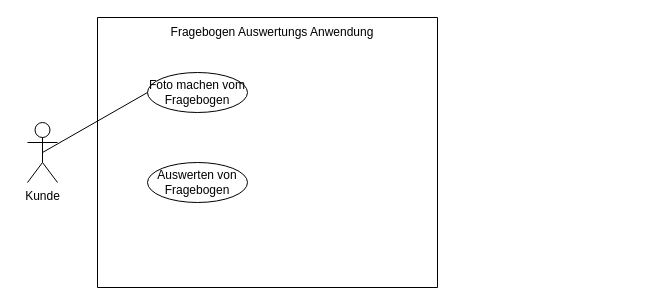
Earlier version of the draw.io diagram Business Understanding/Use-case-Diagramm.drawio (ChrisTsinaridis/ITP-Projekt-Ziffer-NN). Source tidied: cells renumbered, new cells numbered last; positions are measured from the earlier drawing's top-left corner, leaving out a move shared by most shapes. Both pictures are drawn from the tidied source at 100%, with x=0, y=0 at pixel (27, 17).
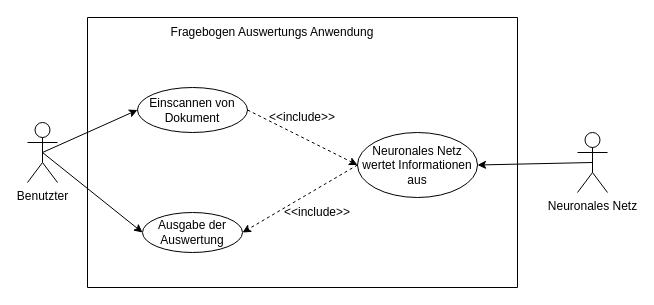
The same diagram, later.

Commit message:
Fertistellung von Use-case Diagramm

What changed in the source:
```diff
@@
 <mxGraphModel>
   <root>
     <mxCell id="0" />
     <mxCell id="1" parent="0" />
-    <mxCell id="2" value="Kunde" style="shape=umlActor;verticalLabelPosition=bottom;verticalAlign=top;html=1;outlineConnect=0;" parent="1" vertex="1">
+    <mxCell id="2" value="Benutzter" style="shape=umlActor;verticalLabelPosition=bottom;verticalAlign=top;html=1;outlineConnect=0;" parent="1" vertex="1">
       <mxGeometry y="105" width="30" height="60" as="geometry" />
     </mxCell>
     <mxCell id="3" style="swimlane;startSize=0;" parent="1" vertex="1">
-      <mxGeometry x="70" width="340" height="270" as="geometry" />
+      <mxGeometry x="60" width="430" height="270" as="geometry" />
     </mxCell>
-    <mxCell id="4" value="Foto machen vom Fragebogen" style="ellipse;whiteSpace=wrap;html=1;align=center;newEdgeStyle={&quot;edgeStyle&quot;:&quot;entityRelationEdgeStyle&quot;,&quot;startArrow&quot;:&quot;none&quot;,&quot;endArrow&quot;:&quot;none&quot;,&quot;segment&quot;:10,&quot;curved&quot;:1,&quot;sourcePerimeterSpacing&quot;:0,&quot;targetPerimeterSpacing&quot;:0};" parent="3" vertex="1">
-      <mxGeometry x="50" y="55" width="100" height="40" as="geometry" />
-    </mxCell>
-    <mxCell id="5" value="Auswerten von Fragebogen" style="ellipse;whiteSpace=wrap;html=1;align=center;newEdgeStyle={&quot;edgeStyle&quot;:&quot;entityRelationEdgeStyle&quot;,&quot;startArrow&quot;:&quot;none&quot;,&quot;endArrow&quot;:&quot;none&quot;,&quot;segment&quot;:10,&quot;curved&quot;:1,&quot;sourcePerimeterSpacing&quot;:0,&quot;targetPerimeterSpacing&quot;:0};" parent="3" vertex="1">
-      <mxGeometry x="50" y="145" width="100" height="40" as="geometry" />
-    </mxCell>
+    <mxCell id="8" value="Einscannen von Dokument" style="ellipse;whiteSpace=wrap;html=1;align=center;newEdgeStyle={&quot;edgeStyle&quot;:&quot;entityRelationEdgeStyle&quot;,&quot;startArrow&quot;:&quot;none&quot;,&quot;endArrow&quot;:&quot;none&quot;,&quot;segment&quot;:10,&quot;curved&quot;:1,&quot;sourcePerimeterSpacing&quot;:0,&quot;targetPerimeterSpacing&quot;:0};" parent="3" vertex="1">
+      <mxGeometry x="50" y="70" width="110" height="45" as="geometry" />
+    </mxCell>
+    <mxCell id="9" value="Ausgabe der Auswertung" style="ellipse;whiteSpace=wrap;html=1;align=center;newEdgeStyle={&quot;edgeStyle&quot;:&quot;entityRelationEdgeStyle&quot;,&quot;startArrow&quot;:&quot;none&quot;,&quot;endArrow&quot;:&quot;none&quot;,&quot;segment&quot;:10,&quot;curved&quot;:1,&quot;sourcePerimeterSpacing&quot;:0,&quot;targetPerimeterSpacing&quot;:0};" parent="3" vertex="1">
+      <mxGeometry x="55" y="195" width="100" height="40" as="geometry" />
+    </mxCell>
+    <mxCell id="10" value="Neuronales Netz wertet Informationen aus" style="ellipse;whiteSpace=wrap;html=1;align=center;newEdgeStyle={&quot;edgeStyle&quot;:&quot;entityRelationEdgeStyle&quot;,&quot;startArrow&quot;:&quot;none&quot;,&quot;endArrow&quot;:&quot;none&quot;,&quot;segment&quot;:10,&quot;curved&quot;:1,&quot;sourcePerimeterSpacing&quot;:0,&quot;targetPerimeterSpacing&quot;:0};" parent="3" vertex="1">
+      <mxGeometry x="270" y="115" width="120" height="65" as="geometry" />
+    </mxCell>
+    <mxCell id="11" style="endArrow=classic;html=1;dashed=1;entryX=0;entryY=0.5;entryDx=0;entryDy=0;exitX=1;exitY=0.5;exitDx=0;exitDy=0;" parent="3" edge="1" source="8" target="10">
+      <mxGeometry relative="1" as="geometry" />
+    </mxCell>
+    <mxCell id="12" style="endArrow=classic;html=1;dashed=1;entryX=1;entryY=0.5;entryDx=0;entryDy=0;exitX=0;exitY=0.5;exitDx=0;exitDy=0;" parent="3" edge="1" source="10" target="9">
+      <mxGeometry relative="1" as="geometry" />
+    </mxCell>
+    <mxCell id="13" value="&amp;lt;&amp;lt;include&amp;gt;&amp;gt;" style="text;html=1;strokeColor=none;fillColor=none;align=center;verticalAlign=middle;whiteSpace=wrap;rounded=0;" parent="3" vertex="1">
+      <mxGeometry x="185" y="85" width="60" height="30" as="geometry" />
+    </mxCell>
+    <mxCell id="14" value="&amp;lt;&amp;lt;include&amp;gt;&amp;gt;" style="text;html=1;strokeColor=none;fillColor=none;align=center;verticalAlign=middle;whiteSpace=wrap;rounded=0;" parent="3" vertex="1">
+      <mxGeometry x="200" y="180" width="60" height="30" as="geometry" />
+    </mxCell>
     <mxCell id="6" value="Fragebogen Auswertungs Anwendung" style="text;html=1;strokeColor=none;fillColor=none;align=center;verticalAlign=middle;whiteSpace=wrap;rounded=0;" parent="1" vertex="1">
       <mxGeometry x="140" width="210" height="30" as="geometry" />
     </mxCell>
-    <mxCell id="7" style="endArrow=none;html=1;entryX=0;entryY=0.5;entryDx=0;entryDy=0;exitX=0.5;exitY=0.5;exitDx=0;exitDy=0;exitPerimeter=0;" parent="1" edge="1" source="2" target="4">
-      <mxGeometry relative="1" as="geometry" />
-    </mxCell>
+    <mxCell id="15" style="endArrow=classic;html=1;entryX=0;entryY=0.5;entryDx=0;entryDy=0;exitX=0.5;exitY=0.5;exitDx=0;exitDy=0;exitPerimeter=0;" parent="1" edge="1" source="2" target="8">
+      <mxGeometry relative="1" as="geometry" />
+    </mxCell>
+    <mxCell id="16" style="endArrow=classic;html=1;entryX=0;entryY=0.5;entryDx=0;entryDy=0;exitX=0.5;exitY=0.5;exitDx=0;exitDy=0;exitPerimeter=0;" parent="1" edge="1" source="2" target="9">
+      <mxGeometry relative="1" as="geometry" />
+    </mxCell>
+    <mxCell id="17" value="Neuronales Netz" style="shape=umlActor;verticalLabelPosition=bottom;verticalAlign=top;html=1;outlineConnect=0;" parent="1" vertex="1">
+      <mxGeometry x="550" y="115" width="30" height="60" as="geometry" />
+    </mxCell>
+    <mxCell id="18" style="endArrow=classic;html=1;entryX=1;entryY=0.5;entryDx=0;entryDy=0;exitX=0.5;exitY=0.5;exitDx=0;exitDy=0;exitPerimeter=0;" parent="1" edge="1" source="17" target="10">
+      <mxGeometry relative="1" as="geometry" />
+    </mxCell>
   </root>
 </mxGraphModel>
```
